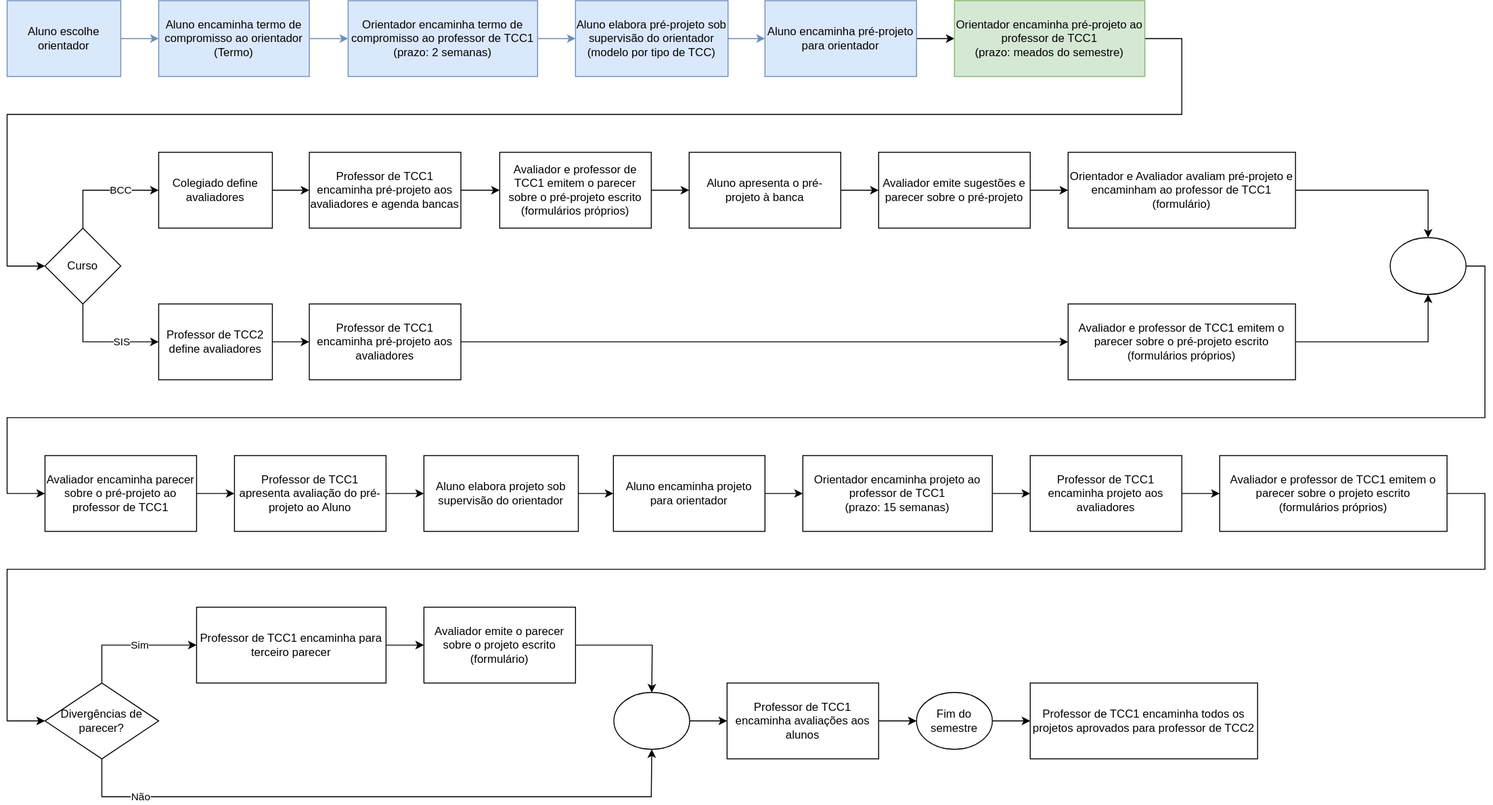
This is cronogramaFluxograma.drawio.svg from dalton-reis/disciplina_TCC1_Privado, a draw.io export, as it was before one commit. Source tidied: cells renumbered, new cells last; positions are measured from the earlier drawing's top-left corner, leaving out a move shared by most shapes.
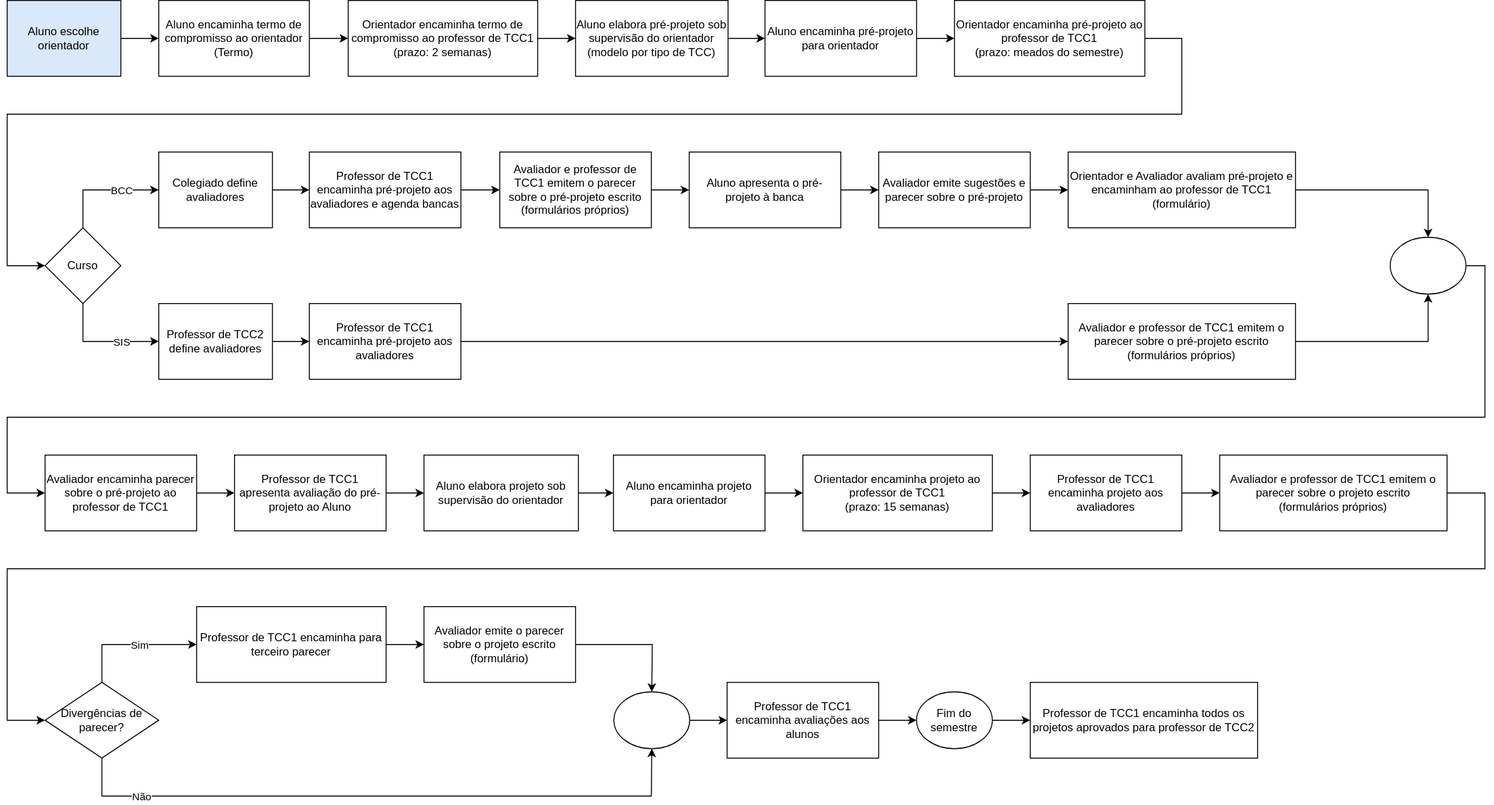
The same diagram one commit later.

Commit message:
Cronograma: ajustes 2022-2

What changed in the source:
```diff
@@ -2,34 +2,34 @@
   <root>
     <mxCell id="0" />
     <mxCell id="1" parent="0" />
-    <mxCell id="2" style="edgeStyle=orthogonalEdgeStyle;rounded=0;jettySize=auto;html=1;fillColor=#dae8fc;strokeColor=#6c8ebf;fontColor=#000000;" parent="1" edge="1" source="3" target="5">
+    <mxCell id="2" style="edgeStyle=orthogonalEdgeStyle;rounded=0;jettySize=auto;html=1;fillColor=#dae8fc;strokeColor=#000000;fontColor=#000000;" parent="1" edge="1" source="3" target="5">
       <mxGeometry relative="1" as="geometry" />
     </mxCell>
-    <mxCell id="3" value="Aluno escolhe orientador" style="whiteSpace=wrap;html=1;fillColor=#dae8fc;strokeColor=#6c8ebf;" parent="1" vertex="1">
+    <mxCell id="3" value="Aluno escolhe orientador" style="whiteSpace=wrap;html=1;fillColor=#dae8fc;strokeColor=#000000;" parent="1" vertex="1">
       <mxGeometry width="120" height="80" as="geometry" />
     </mxCell>
-    <mxCell id="4" style="edgeStyle=orthogonalEdgeStyle;rounded=0;jettySize=auto;html=1;fillColor=#dae8fc;strokeColor=#6c8ebf;fontColor=#000000;" parent="1" edge="1" source="5" target="7">
+    <mxCell id="4" style="edgeStyle=orthogonalEdgeStyle;rounded=0;jettySize=auto;html=1;fillColor=#dae8fc;strokeColor=#000000;fontColor=#000000;" parent="1" edge="1" source="5" target="7">
       <mxGeometry relative="1" as="geometry" />
     </mxCell>
-    <mxCell id="5" value="Aluno encaminha termo de compromisso ao orientador&lt;br&gt;(Termo)" style="whiteSpace=wrap;html=1;fillColor=#dae8fc;strokeColor=#6c8ebf;" parent="1" vertex="1">
+    <mxCell id="5" value="Aluno encaminha termo de compromisso ao orientador&lt;br&gt;(Termo)" style="whiteSpace=wrap;html=1;fillColor=none;strokeColor=#000000;" parent="1" vertex="1">
       <mxGeometry x="160" width="159" height="80" as="geometry" />
     </mxCell>
-    <mxCell id="6" style="edgeStyle=orthogonalEdgeStyle;rounded=0;jettySize=auto;html=1;fillColor=#dae8fc;strokeColor=#6c8ebf;fontColor=#000000;" parent="1" edge="1" source="7" target="9">
+    <mxCell id="6" style="edgeStyle=orthogonalEdgeStyle;rounded=0;jettySize=auto;html=1;fillColor=#dae8fc;strokeColor=#000000;fontColor=#000000;" parent="1" edge="1" source="7" target="9">
       <mxGeometry relative="1" as="geometry" />
     </mxCell>
-    <mxCell id="7" value="Orientador encaminha termo de compromisso ao professor de TCC1&lt;br&gt;(prazo: 2 semanas)" style="whiteSpace=wrap;html=1;fillColor=#dae8fc;strokeColor=#6c8ebf;" parent="1" vertex="1">
+    <mxCell id="7" value="Orientador encaminha termo de compromisso ao professor de TCC1&lt;br&gt;(prazo: 2 semanas)" style="whiteSpace=wrap;html=1;fillColor=none;strokeColor=#000000;" parent="1" vertex="1">
       <mxGeometry x="360" width="200" height="80" as="geometry" />
     </mxCell>
-    <mxCell id="8" style="edgeStyle=orthogonalEdgeStyle;rounded=0;jettySize=auto;html=1;strokeColor=#6c8ebf;fontColor=#000000;fillColor=#dae8fc;" parent="1" edge="1" source="9" target="11">
+    <mxCell id="8" style="edgeStyle=orthogonalEdgeStyle;rounded=0;jettySize=auto;html=1;strokeColor=#000000;fontColor=#000000;fillColor=#dae8fc;" parent="1" edge="1" source="9" target="11">
       <mxGeometry relative="1" as="geometry" />
     </mxCell>
-    <mxCell id="9" value="Aluno elabora pré-projeto sob supervisão do orientador&lt;br&gt;(modelo por tipo de TCC)" style="whiteSpace=wrap;html=1;fillColor=#dae8fc;strokeColor=#6c8ebf;" parent="1" vertex="1">
+    <mxCell id="9" value="Aluno elabora pré-projeto sob supervisão do orientador&lt;br&gt;(modelo por tipo de TCC)" style="whiteSpace=wrap;html=1;fillColor=none;strokeColor=#000000;" parent="1" vertex="1">
       <mxGeometry x="600" width="161" height="80" as="geometry" />
     </mxCell>
     <mxCell id="10" style="edgeStyle=orthogonalEdgeStyle;rounded=0;jettySize=auto;html=1;fillColor=#d5e8d4;strokeColor=#000000;fontColor=#000000;" parent="1" edge="1" source="11" target="13">
       <mxGeometry relative="1" as="geometry" />
     </mxCell>
-    <mxCell id="11" value="Aluno encaminha pré-projeto para orientador" style="whiteSpace=wrap;html=1;fillColor=#dae8fc;strokeColor=#6c8ebf;" parent="1" vertex="1">
+    <mxCell id="11" value="Aluno encaminha pré-projeto para orientador" style="whiteSpace=wrap;html=1;fillColor=none;strokeColor=#000000;" parent="1" vertex="1">
       <mxGeometry x="800" width="160" height="80" as="geometry" />
     </mxCell>
     <mxCell id="12" style="edgeStyle=orthogonalEdgeStyle;rounded=0;jettySize=auto;html=1;fontColor=#000000;" parent="1" edge="1" source="13" target="18">
@@ -42,7 +42,7 @@
         </Array>
       </mxGeometry>
     </mxCell>
-    <mxCell id="13" value="Orientador encaminha pré-projeto ao professor de TCC1&lt;br&gt;(prazo: meados do semestre)" style="whiteSpace=wrap;html=1;fillColor=#d5e8d4;strokeColor=#82b366;" parent="1" vertex="1">
+    <mxCell id="13" value="Orientador encaminha pré-projeto ao professor de TCC1&lt;br&gt;(prazo: meados do semestre)" style="whiteSpace=wrap;html=1;fillColor=none;strokeColor=#000000;" parent="1" vertex="1">
       <mxGeometry x="1000" width="201" height="80" as="geometry" />
     </mxCell>
     <mxCell id="14" style="edgeStyle=orthogonalEdgeStyle;rounded=0;jettySize=auto;html=1;entryX=0;entryY=0.5;entryDx=0;entryDy=0;exitX=0.5;exitY=0;exitDx=0;exitDy=0;fontColor=#000000;" parent="1" edge="1" source="18" target="20">
```
